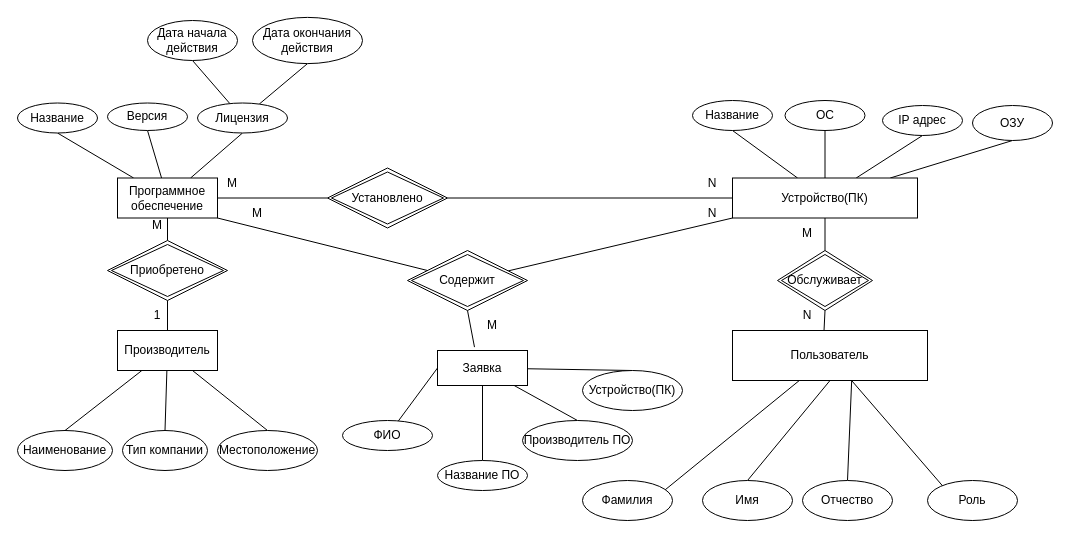
The draw.io diagram diagrams/ER диаграмма.drawio in thendontuser/Software-Accounting, before the edit. Source tidied: cells renumbered, new cells numbered last; positions are measured from the earlier drawing's top-left corner, leaving out a move shared by most shapes. Both pictures are drawn from the tidied source at 100%, with x=0, y=0 at pixel (17, 17).
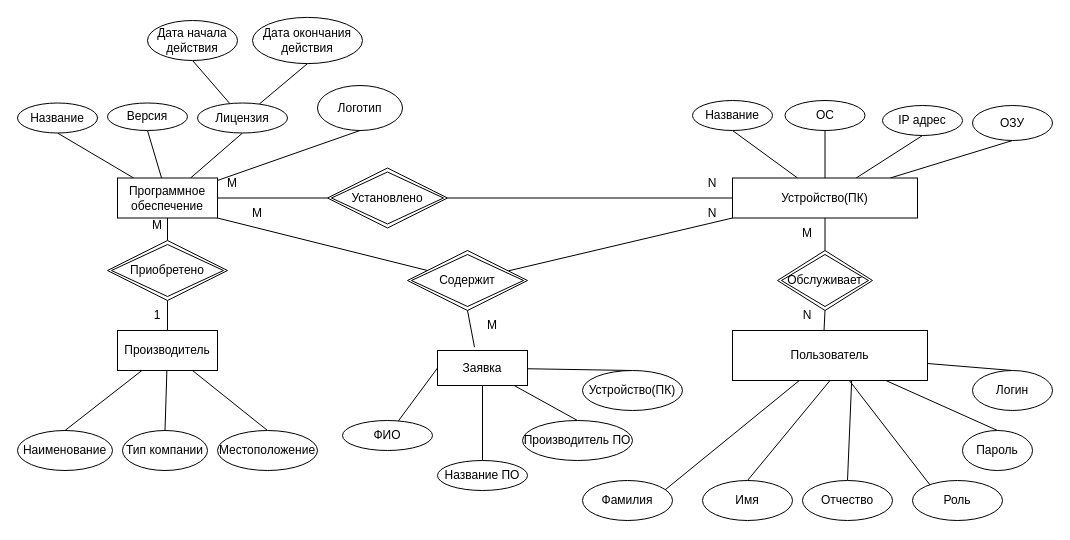
Above is the later version.

The change refers to these unchanged cells:
```xml
<mxCell id="7" value="Программное обеспечение" style="whiteSpace=wrap;html=1;align=center;" parent="1" vertex="1">
  <mxGeometry x="100" y="160.5" width="100" height="40" as="geometry" />
</mxCell>
<mxCell id="30" value="Пользователь" style="rounded=0;whiteSpace=wrap;html=1;" parent="1" vertex="1">
  <mxGeometry x="715" y="313" width="195" height="50" as="geometry" />
</mxCell>
```

The edit, as a diff of the source:
```diff
@@
+    <mxCell id="70" style="rounded=0;jettySize=auto;html=1;entryX=0.5;entryY=1;entryDx=0;entryDy=0;endArrow=none;endFill=0;" parent="1" edge="1" source="7" target="75">
+      <mxGeometry relative="1" as="geometry" />
+    </mxCell>
@@
+    <mxCell id="71" style="rounded=0;jettySize=auto;html=1;entryX=0.5;entryY=0;entryDx=0;entryDy=0;endArrow=none;endFill=0;" parent="1" edge="1" source="30" target="73">
+      <mxGeometry relative="1" as="geometry" />
+    </mxCell>
+    <mxCell id="72" style="rounded=0;jettySize=auto;html=1;entryX=0.5;entryY=0;entryDx=0;entryDy=0;endArrow=none;endFill=0;" parent="1" edge="1" source="30" target="74">
+      <mxGeometry relative="1" as="geometry" />
+    </mxCell>
@@
     <mxCell id="32" value="Роль" style="ellipse;whiteSpace=wrap;html=1;align=center;" parent="1" vertex="1">
-      <mxGeometry x="910" y="463" width="90" height="40" as="geometry" />
+      <mxGeometry x="895" y="463" width="90" height="40" as="geometry" />
     </mxCell>
@@
+    <mxCell id="73" value="Пароль" style="ellipse;whiteSpace=wrap;html=1;" parent="1" vertex="1">
+      <mxGeometry x="945" y="413" width="70" height="40" as="geometry" />
+    </mxCell>
+    <mxCell id="74" value="Логин" style="ellipse;whiteSpace=wrap;html=1;" parent="1" vertex="1">
+      <mxGeometry x="955" y="353" width="80" height="40" as="geometry" />
+    </mxCell>
+    <mxCell id="75" value="Логотип" style="ellipse;whiteSpace=wrap;html=1;" parent="1" vertex="1">
+      <mxGeometry x="300" y="68" width="85" height="45" as="geometry" />
+    </mxCell>
```
